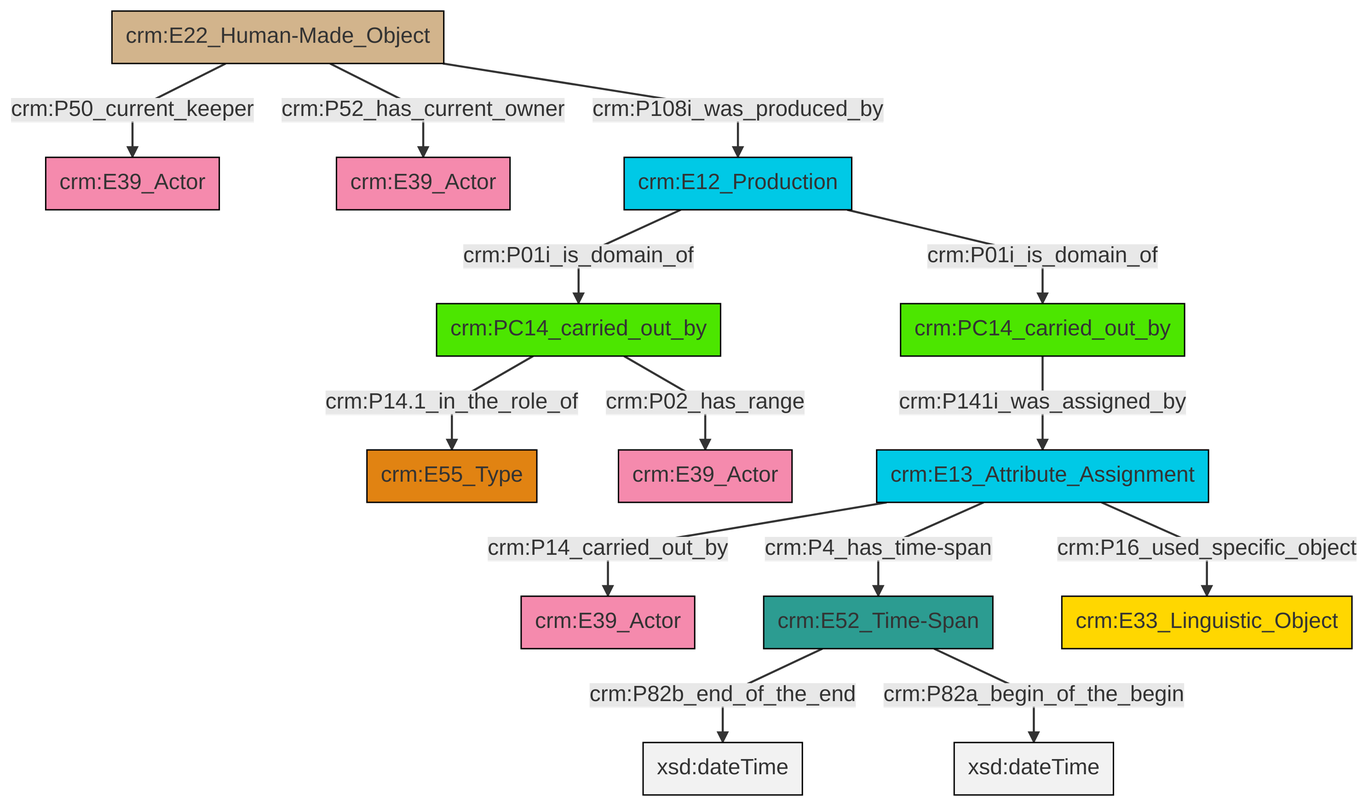
This is et/carrierCSV/ttl/mmd/png/carrier_relations.png from swiss-art-research-net/docs.swissartresearch, a Mermaid export, as it was before one commit. Its source is kept beside it as et/carrierCSV/ttl/mmd/carrier_relations.ttl.mmd. Source of this version:
```mermaid
graph TD
classDef Literal fill:#f2f2f2,stroke:#000000;
classDef CRM_Entity fill:#FFFFFF,stroke:#000000;
classDef Temporal_Entity fill:#00C9E6, stroke:#000000;
classDef Type fill:#E18312, stroke:#000000;
classDef Time-Span fill:#2C9C91, stroke:#000000;
classDef Appellation fill:#FFEB7F, stroke:#000000;
classDef Place fill:#008836, stroke:#000000;
classDef Persistent_Item fill:#B266B2, stroke:#000000;
classDef Conceptual_Object fill:#FFD700, stroke:#000000;
classDef Physical_Thing fill:#D2B48C, stroke:#000000;
classDef Actor fill:#f58aad, stroke:#000000;
classDef PC_Classes fill:#4ce600, stroke:#000000;
classDef Multi fill:#cccccc,stroke:#000000;

6["crm:E22_Human-Made_Object"]:::Physical_Thing -->|crm:P52_has_current_owner| 7["crm:E39_Actor"]:::Actor
10["crm:E13_Attribute_Assignment"]:::Temporal_Entity -->|crm:P4_has_time-span| 12["crm:E52_Time-Span"]:::Time-Span
13["crm:E12_Production"]:::Temporal_Entity -->|crm:P01i_is_domain_of| 14["crm:PC14_carried_out_by"]:::PC_Classes
13["crm:E12_Production"]:::Temporal_Entity -->|crm:P01i_is_domain_of| 15["crm:PC14_carried_out_by"]:::PC_Classes
10["crm:E13_Attribute_Assignment"]:::Temporal_Entity -->|crm:P16_used_specific_object| 16["crm:E33_Linguistic_Object"]:::Conceptual_Object
12["crm:E52_Time-Span"]:::Time-Span -->|crm:P82b_end_of_the_end| 17[xsd:dateTime]:::Literal
14["crm:PC14_carried_out_by"]:::PC_Classes -->|crm:P141i_was_assigned_by| 10["crm:E13_Attribute_Assignment"]:::Temporal_Entity
6["crm:E22_Human-Made_Object"]:::Physical_Thing -->|crm:P108i_was_produced_by| 13["crm:E12_Production"]:::Temporal_Entity
10["crm:E13_Attribute_Assignment"]:::Temporal_Entity -->|crm:P14_carried_out_by| 0["crm:E39_Actor"]:::Actor
15["crm:PC14_carried_out_by"]:::PC_Classes -->|crm:P02_has_range| 8["crm:E39_Actor"]:::Actor
6["crm:E22_Human-Made_Object"]:::Physical_Thing -->|crm:P50_current_keeper| 4["crm:E39_Actor"]:::Actor
12["crm:E52_Time-Span"]:::Time-Span -->|crm:P82a_begin_of_the_begin| 24[xsd:dateTime]:::Literal
15["crm:PC14_carried_out_by"]:::PC_Classes -->|crm:P14.1_in_the_role_of| 2["crm:E55_Type"]:::Type
```
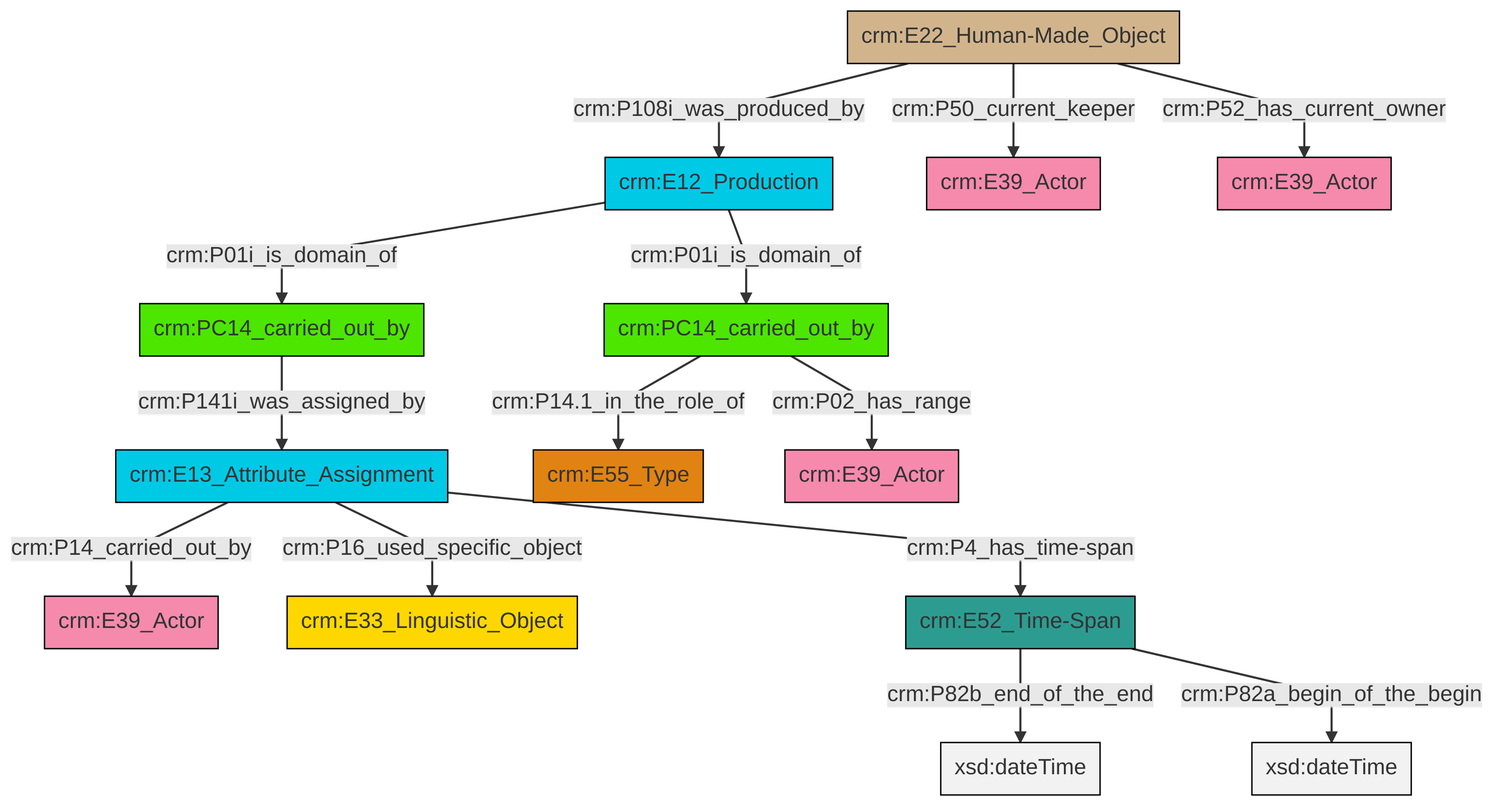
Later version of the same file.

The edit, as a diff of the source:
```diff
@@ -13,16 +13,16 @@
 classDef PC_Classes fill:#4ce600, stroke:#000000;
 classDef Multi fill:#cccccc,stroke:#000000;
 
-6["crm:E22_Human-Made_Object"]:::Physical_Thing -->|crm:P52_has_current_owner| 7["crm:E39_Actor"]:::Actor
-10["crm:E13_Attribute_Assignment"]:::Temporal_Entity -->|crm:P4_has_time-span| 12["crm:E52_Time-Span"]:::Time-Span
-13["crm:E12_Production"]:::Temporal_Entity -->|crm:P01i_is_domain_of| 14["crm:PC14_carried_out_by"]:::PC_Classes
-13["crm:E12_Production"]:::Temporal_Entity -->|crm:P01i_is_domain_of| 15["crm:PC14_carried_out_by"]:::PC_Classes
-10["crm:E13_Attribute_Assignment"]:::Temporal_Entity -->|crm:P16_used_specific_object| 16["crm:E33_Linguistic_Object"]:::Conceptual_Object
-12["crm:E52_Time-Span"]:::Time-Span -->|crm:P82b_end_of_the_end| 17[xsd:dateTime]:::Literal
-14["crm:PC14_carried_out_by"]:::PC_Classes -->|crm:P141i_was_assigned_by| 10["crm:E13_Attribute_Assignment"]:::Temporal_Entity
-6["crm:E22_Human-Made_Object"]:::Physical_Thing -->|crm:P108i_was_produced_by| 13["crm:E12_Production"]:::Temporal_Entity
-10["crm:E13_Attribute_Assignment"]:::Temporal_Entity -->|crm:P14_carried_out_by| 0["crm:E39_Actor"]:::Actor
-15["crm:PC14_carried_out_by"]:::PC_Classes -->|crm:P02_has_range| 8["crm:E39_Actor"]:::Actor
-6["crm:E22_Human-Made_Object"]:::Physical_Thing -->|crm:P50_current_keeper| 4["crm:E39_Actor"]:::Actor
-12["crm:E52_Time-Span"]:::Time-Span -->|crm:P82a_begin_of_the_begin| 24[xsd:dateTime]:::Literal
-15["crm:PC14_carried_out_by"]:::PC_Classes -->|crm:P14.1_in_the_role_of| 2["crm:E55_Type"]:::Type
+0["crm:E12_Production"]:::Temporal_Entity -->|crm:P01i_is_domain_of| 1["crm:PC14_carried_out_by"]:::PC_Classes
+2["crm:E22_Human-Made_Object"]:::Physical_Thing -->|crm:P108i_was_produced_by| 0["crm:E12_Production"]:::Temporal_Entity
+5["crm:E52_Time-Span"]:::Time-Span -->|crm:P82b_end_of_the_end| 6[xsd:dateTime]:::Literal
+2["crm:E22_Human-Made_Object"]:::Physical_Thing -->|crm:P50_current_keeper| 7["crm:E39_Actor"]:::Actor
+8["crm:E13_Attribute_Assignment"]:::Temporal_Entity -->|crm:P14_carried_out_by| 9["crm:E39_Actor"]:::Actor
+10["crm:PC14_carried_out_by"]:::PC_Classes -->|crm:P14.1_in_the_role_of| 11["crm:E55_Type"]:::Type
+0["crm:E12_Production"]:::Temporal_Entity -->|crm:P01i_is_domain_of| 10["crm:PC14_carried_out_by"]:::PC_Classes
+2["crm:E22_Human-Made_Object"]:::Physical_Thing -->|crm:P52_has_current_owner| 12["crm:E39_Actor"]:::Actor
+1["crm:PC14_carried_out_by"]:::PC_Classes -->|crm:P141i_was_assigned_by| 8["crm:E13_Attribute_Assignment"]:::Temporal_Entity
+10["crm:PC14_carried_out_by"]:::PC_Classes -->|crm:P02_has_range| 3["crm:E39_Actor"]:::Actor
+5["crm:E52_Time-Span"]:::Time-Span -->|crm:P82a_begin_of_the_begin| 20[xsd:dateTime]:::Literal
+8["crm:E13_Attribute_Assignment"]:::Temporal_Entity -->|crm:P16_used_specific_object| 13["crm:E33_Linguistic_Object"]:::Conceptual_Object
+8["crm:E13_Attribute_Assignment"]:::Temporal_Entity -->|crm:P4_has_time-span| 5["crm:E52_Time-Span"]:::Time-Span
```
